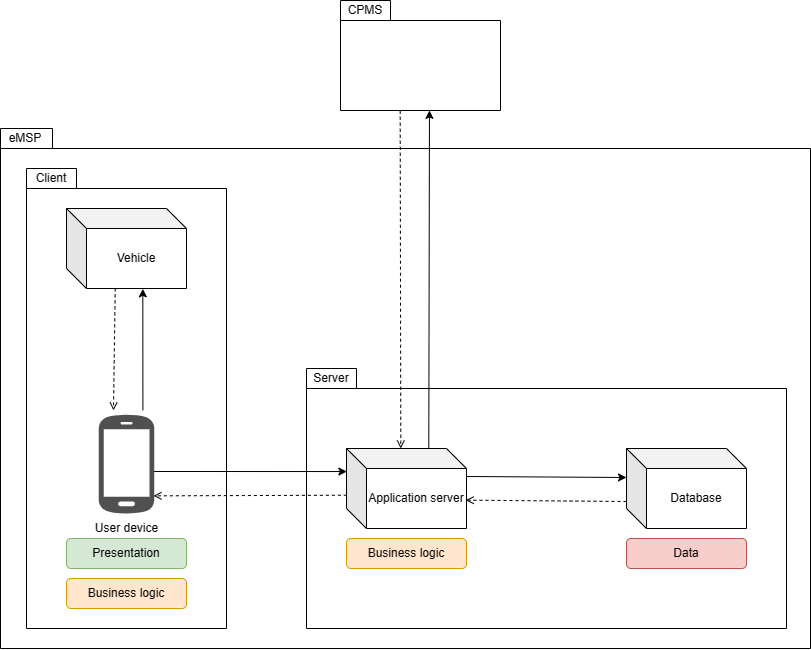
This is DD/Graphics/DD-overview-eMSP.drawio.png from federico-mandelli/CoriglianoMandelliPignataro, a draw.io export, as it was before one commit. Source tidied: cells renumbered, new cells last; positions are measured from the earlier drawing's top-left corner, leaving out a move shared by most shapes.
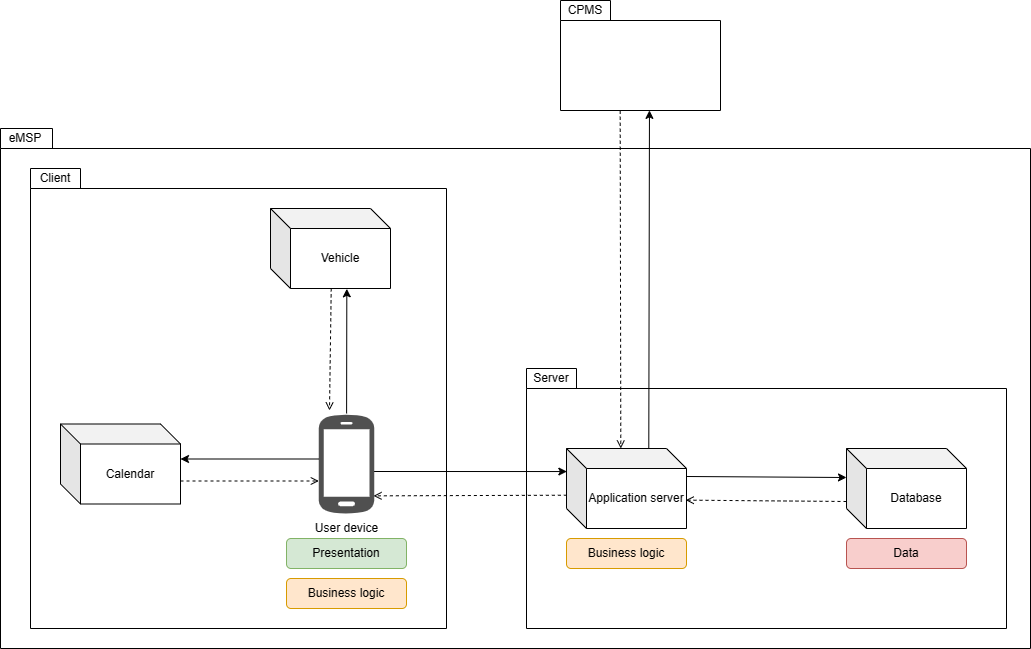
The same diagram one commit later.

Commit message:
[DD] Improved eMSP architecture overview

The edit, as a diff of the source:
```diff
@@ -3,13 +3,13 @@
     <mxCell id="0" />
     <mxCell id="1" parent="0" />
     <mxCell id="2" style="shape=folder;fontStyle=1;spacingTop=10;tabWidth=50;tabHeight=20;tabPosition=left;html=1;" parent="1" vertex="1">
-      <mxGeometry y="128" width="810" height="520" as="geometry" />
+      <mxGeometry x="-220" y="128" width="1030" height="520" as="geometry" />
     </mxCell>
     <mxCell id="3" style="shape=folder;fontStyle=1;spacingTop=10;tabWidth=50;tabHeight=20;tabPosition=left;html=1;" parent="1" vertex="1">
       <mxGeometry x="306" y="368" width="480" height="260" as="geometry" />
     </mxCell>
     <mxCell id="4" style="shape=folder;fontStyle=1;spacingTop=10;tabWidth=50;tabHeight=20;tabPosition=left;html=1;" parent="1" vertex="1">
-      <mxGeometry x="26" y="168" width="200" height="460" as="geometry" />
+      <mxGeometry x="-190" y="168" width="416" height="460" as="geometry" />
     </mxCell>
     <mxCell id="5" value="Application server" style="shape=cube;whiteSpace=wrap;html=1;boundedLbl=1;backgroundOutline=1;darkOpacity=0.05;darkOpacity2=0.1;" parent="1" vertex="1">
       <mxGeometry x="346" y="448" width="120" height="80" as="geometry" />
@@ -18,7 +18,7 @@
       <mxGeometry x="626" y="448" width="120" height="80" as="geometry" />
     </mxCell>
     <mxCell id="7" value="Vehicle" style="shape=cube;whiteSpace=wrap;html=1;boundedLbl=1;backgroundOutline=1;darkOpacity=0.05;darkOpacity2=0.1;" parent="1" vertex="1">
-      <mxGeometry x="66" y="208" width="120" height="80" as="geometry" />
+      <mxGeometry x="50" y="208" width="120" height="80" as="geometry" />
     </mxCell>
     <mxCell id="8" style="endArrow=classic;html=1;rounded=0;exitX=0;exitY=0;exitDx=120;exitDy=20;exitPerimeter=0;entryX=0.003;entryY=0.288;entryDx=0;entryDy=0;entryPerimeter=0;" parent="1" edge="1" target="5">
       <mxGeometry relative="1" as="geometry">
@@ -31,8 +31,11 @@
         <mxPoint x="626" y="477" as="targetPoint" />
       </mxGeometry>
     </mxCell>
-    <mxCell id="10" style="endArrow=open;html=1;rounded=0;endFill=0;dashed=1;entryX=0.265;entryY=-0.03;entryDx=0;entryDy=0;entryPerimeter=0;exitX=0.406;exitY=0.998;exitDx=0;exitDy=0;exitPerimeter=0;" parent="1" edge="1" source="7" target="25">
-      <mxGeometry relative="1" as="geometry" />
+    <mxCell id="10" style="endArrow=open;html=1;rounded=0;endFill=0;dashed=1;entryX=0.265;entryY=-0.03;entryDx=0;entryDy=0;entryPerimeter=0;exitX=0.406;exitY=0.998;exitDx=0;exitDy=0;exitPerimeter=0;" parent="1" edge="1">
+      <mxGeometry relative="1" as="geometry">
+        <mxPoint x="110.7" y="287.8" as="sourcePoint" />
+        <mxPoint x="109" y="410" as="targetPoint" />
+      </mxGeometry>
     </mxCell>
     <mxCell id="11" style="endArrow=open;html=1;rounded=0;endFill=0;dashed=1;exitX=0;exitY=0;exitDx=0;exitDy=60;exitPerimeter=0;entryX=0.994;entryY=0.733;entryDx=0;entryDy=0;entryPerimeter=0;" parent="1" edge="1">
       <mxGeometry relative="1" as="geometry">
@@ -45,7 +48,7 @@
         <mxPoint x="153" y="495.4" as="targetPoint" />
       </mxGeometry>
     </mxCell>
-    <mxCell id="13" style="endArrow=classic;html=1;rounded=0;entryX=0.636;entryY=1.004;entryDx=0;entryDy=0;entryPerimeter=0;exitX=0.582;exitY=0.526;exitDx=0;exitDy=0;exitPerimeter=0;" parent="1" edge="1" source="4" target="7">
+    <mxCell id="13" style="endArrow=classic;html=1;rounded=0;entryX=0.636;entryY=1.004;entryDx=0;entryDy=0;entryPerimeter=0;" parent="1" edge="1" source="25" target="7">
       <mxGeometry relative="1" as="geometry" />
     </mxCell>
     <mxCell id="14" value="Data" style="rounded=1;whiteSpace=wrap;html=1;fillColor=#f8cecc;strokeColor=#b85450;" parent="1" vertex="1">
@@ -61,13 +64,13 @@
       <mxGeometry x="66" y="578" width="120" height="30" as="geometry" />
     </mxCell>
     <mxCell id="18" value="Client" style="text;html=1;strokeColor=none;fillColor=none;align=center;verticalAlign=middle;whiteSpace=wrap;rounded=0;" parent="1" vertex="1">
-      <mxGeometry x="26" y="168" width="50" height="20" as="geometry" />
+      <mxGeometry x="-190" y="168" width="50" height="20" as="geometry" />
     </mxCell>
     <mxCell id="19" value="Server" style="text;html=1;strokeColor=none;fillColor=none;align=center;verticalAlign=middle;whiteSpace=wrap;rounded=0;" parent="1" vertex="1">
       <mxGeometry x="306" y="368" width="50" height="20" as="geometry" />
     </mxCell>
     <mxCell id="20" value="eMSP" style="text;html=1;strokeColor=none;fillColor=none;align=center;verticalAlign=middle;whiteSpace=wrap;rounded=0;" parent="1" vertex="1">
-      <mxGeometry y="128" width="50" height="20" as="geometry" />
+      <mxGeometry x="-220" y="128" width="50" height="20" as="geometry" />
     </mxCell>
     <mxCell id="21" style="shape=folder;fontStyle=1;spacingTop=10;tabWidth=50;tabHeight=20;tabPosition=left;html=1;" parent="1" vertex="1">
       <mxGeometry x="340" width="160" height="110" as="geometry" />
@@ -88,5 +91,20 @@
     <mxCell id="25" value="User device" style="sketch=0;shadow=0;dashed=0;html=1;strokeColor=none;fillColor=#505050;labelPosition=center;verticalLabelPosition=bottom;verticalAlign=top;outlineConnect=0;align=center;shape=mxgraph.office.devices.cell_phone_android_proportional;" parent="1" vertex="1">
       <mxGeometry x="98.3" y="413" width="55.4" height="101" as="geometry" />
     </mxCell>
+    <mxCell id="26" value="Calendar" style="shape=cube;whiteSpace=wrap;html=1;boundedLbl=1;backgroundOutline=1;darkOpacity=0.05;darkOpacity2=0.1;" parent="1" vertex="1">
+      <mxGeometry x="-160" y="423.5" width="120" height="80" as="geometry" />
+    </mxCell>
+    <mxCell id="27" style="endArrow=classic;html=1;rounded=0;" parent="1" edge="1">
+      <mxGeometry relative="1" as="geometry">
+        <mxPoint x="98.3" y="458.5" as="sourcePoint" />
+        <mxPoint x="-40" y="458.5" as="targetPoint" />
+      </mxGeometry>
+    </mxCell>
+    <mxCell id="28" style="endArrow=open;html=1;rounded=0;endFill=0;dashed=1;" parent="1" edge="1">
+      <mxGeometry relative="1" as="geometry">
+        <mxPoint x="-40" y="480.5" as="sourcePoint" />
+        <mxPoint x="98.3" y="480.5" as="targetPoint" />
+      </mxGeometry>
+    </mxCell>
   </root>
 </mxGraphModel>
```
